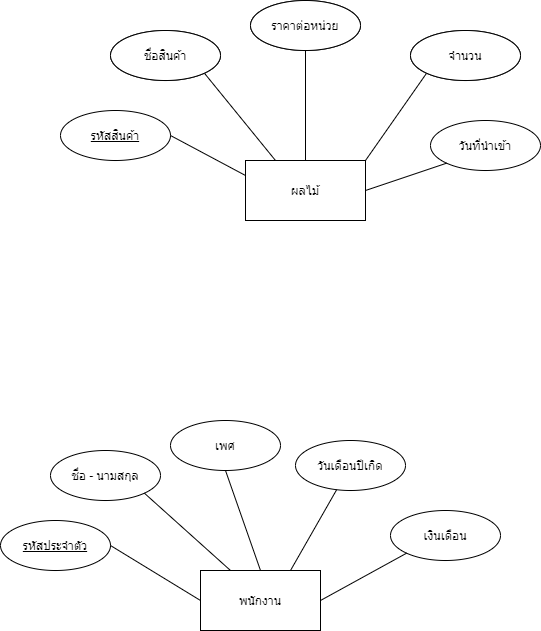
Earlier version of the draw.io export ER-Diagram-Fruit-Stock.drawio.png (billowdev/pos-fruit-stock-window-form-app). Source tidied: cells renumbered, new cells last; positions are measured from the earlier drawing's top-left corner, leaving out a move shared by most shapes.
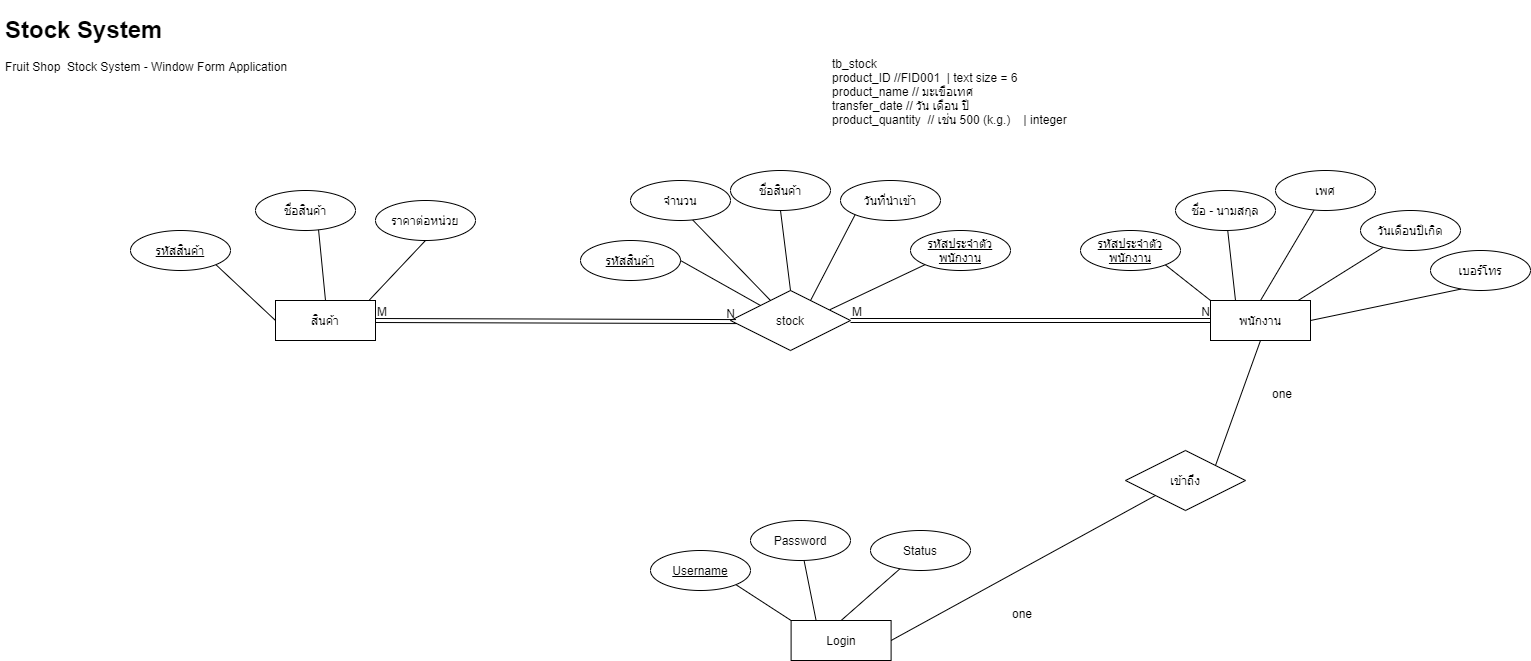
The same file after the commit.

Commit message:
Add Login Entity

The edit, as a diff of the source:
```diff
@@ -2,83 +2,168 @@
   <root>
     <mxCell id="0" />
     <mxCell id="1" parent="0" />
-    <mxCell id="2" value="ผลไม้" style="rounded=0;whiteSpace=wrap;html=1;" parent="1" vertex="1">
-      <mxGeometry x="245" y="160" width="120" height="60" as="geometry" />
-    </mxCell>
-    <mxCell id="3" value="พนักงาน" style="rounded=0;whiteSpace=wrap;html=1;" parent="1" vertex="1">
-      <mxGeometry x="200" y="570" width="120" height="60" as="geometry" />
-    </mxCell>
-    <mxCell id="4" value="ชื่อสินค้า" style="ellipse;whiteSpace=wrap;html=1;" parent="1" vertex="1">
-      <mxGeometry x="110" y="30" width="110" height="50" as="geometry" />
-    </mxCell>
-    <mxCell id="5" value="ราคาต่อหน่วย" style="ellipse;whiteSpace=wrap;html=1;" parent="1" vertex="1">
-      <mxGeometry x="250" width="110" height="50" as="geometry" />
-    </mxCell>
-    <mxCell id="6" value="จำนวน" style="ellipse;whiteSpace=wrap;html=1;" parent="1" vertex="1">
-      <mxGeometry x="410" y="30" width="110" height="50" as="geometry" />
-    </mxCell>
-    <mxCell id="7" value="วันที่นำเข้า" style="ellipse;whiteSpace=wrap;html=1;" parent="1" vertex="1">
-      <mxGeometry x="430" y="120" width="110" height="50" as="geometry" />
-    </mxCell>
-    <mxCell id="8" value="&lt;u&gt;รหัสสินค้า&lt;/u&gt;" style="ellipse;whiteSpace=wrap;html=1;" parent="1" vertex="1">
-      <mxGeometry x="60" y="110" width="110" height="50" as="geometry" />
-    </mxCell>
-    <mxCell id="9" style="endArrow=none;html=1;rounded=0;entryX=0.5;entryY=1;entryDx=0;entryDy=0;exitX=0.5;exitY=0;exitDx=0;exitDy=0;" parent="1" edge="1" source="2" target="5">
+    <mxCell id="9" style="endArrow=none;html=1;rounded=0;entryX=0.5;entryY=1;entryDx=0;entryDy=0;exitX=0.928;exitY=0.017;exitDx=0;exitDy=0;exitPerimeter=0;" parent="1" edge="1" source="51" target="32">
       <mxGeometry relative="1" as="geometry" />
     </mxCell>
-    <mxCell id="10" style="endArrow=none;html=1;rounded=0;entryX=0;entryY=1;entryDx=0;entryDy=0;exitX=1;exitY=0;exitDx=0;exitDy=0;" parent="1" edge="1" source="2" target="6">
-      <mxGeometry relative="1" as="geometry" />
-    </mxCell>
-    <mxCell id="11" style="endArrow=none;html=1;rounded=0;exitX=0.25;exitY=0;exitDx=0;exitDy=0;entryX=1;entryY=1;entryDx=0;entryDy=0;" parent="1" edge="1" source="2" target="4">
+    <mxCell id="11" style="endArrow=none;html=1;rounded=0;exitX=0.5;exitY=0;exitDx=0;exitDy=0;entryX=0.63;entryY=0.97;entryDx=0;entryDy=0;entryPerimeter=0;" parent="1" edge="1" source="51" target="31">
       <mxGeometry relative="1" as="geometry" />
     </mxCell>
-    <mxCell id="12" style="endArrow=none;html=1;rounded=0;exitX=0;exitY=0.25;exitDx=0;exitDy=0;entryX=1;entryY=0.5;entryDx=0;entryDy=0;" parent="1" edge="1" source="2" target="8">
+    <mxCell id="12" style="endArrow=none;html=1;rounded=0;exitX=0;exitY=0.5;exitDx=0;exitDy=0;entryX=1;entryY=1;entryDx=0;entryDy=0;" parent="1" edge="1" source="51" target="30">
       <mxGeometry relative="1" as="geometry" />
     </mxCell>
-    <mxCell id="13" style="endArrow=none;html=1;rounded=0;entryX=0;entryY=1;entryDx=0;entryDy=0;exitX=1;exitY=0.5;exitDx=0;exitDy=0;" parent="1" edge="1" source="2" target="7">
-      <mxGeometry relative="1" as="geometry" />
-    </mxCell>
-    <mxCell id="14" value="&lt;u&gt;รหัสประจำตัว&lt;/u&gt;" style="ellipse;whiteSpace=wrap;html=1;" parent="1" vertex="1">
-      <mxGeometry y="520" width="110" height="50" as="geometry" />
-    </mxCell>
-    <mxCell id="15" style="edgeStyle=orthogonalEdgeStyle;rounded=0;orthogonalLoop=1;jettySize=auto;html=1;exitX=0.5;exitY=1;exitDx=0;exitDy=0;" parent="1" edge="1" source="14" target="14">
-      <mxGeometry relative="1" as="geometry" />
+    <mxCell id="15" style="edgeStyle=orthogonalEdgeStyle;rounded=0;orthogonalLoop=1;jettySize=auto;html=1;exitX=0.5;exitY=1;exitDx=0;exitDy=0;" parent="1" edge="1">
+      <mxGeometry relative="1" as="geometry">
+        <mxPoint x="1095" y="190" as="sourcePoint" />
+        <mxPoint x="1095" y="190" as="targetPoint" />
+      </mxGeometry>
     </mxCell>
-    <mxCell id="16" value="ชื่อสินค้า" style="ellipse;whiteSpace=wrap;html=1;" parent="1" vertex="1">
-      <mxGeometry x="110" y="30" width="110" height="50" as="geometry" />
-    </mxCell>
-    <mxCell id="17" value="ราคาต่อหน่วย" style="ellipse;whiteSpace=wrap;html=1;" parent="1" vertex="1">
-      <mxGeometry x="250" width="110" height="50" as="geometry" />
-    </mxCell>
-    <mxCell id="18" value="จำนวน" style="ellipse;whiteSpace=wrap;html=1;" parent="1" vertex="1">
-      <mxGeometry x="410" y="30" width="110" height="50" as="geometry" />
-    </mxCell>
-    <mxCell id="19" value="ชื่อ - นามสกุล" style="ellipse;whiteSpace=wrap;html=1;" parent="1" vertex="1">
-      <mxGeometry x="50" y="450" width="110" height="50" as="geometry" />
-    </mxCell>
-    <mxCell id="20" value="วันเดือนปีเกิด" style="ellipse;whiteSpace=wrap;html=1;" parent="1" vertex="1">
-      <mxGeometry x="295" y="440" width="110" height="50" as="geometry" />
-    </mxCell>
-    <mxCell id="21" value="เงินเดือน" style="ellipse;whiteSpace=wrap;html=1;" parent="1" vertex="1">
-      <mxGeometry x="390" y="510" width="110" height="50" as="geometry" />
-    </mxCell>
-    <mxCell id="22" style="endArrow=none;html=1;rounded=0;exitX=0.75;exitY=0;exitDx=0;exitDy=0;" parent="1" edge="1" source="3" target="20">
+    <mxCell id="22" style="endArrow=none;html=1;rounded=0;exitX=0.883;exitY=-0.01;exitDx=0;exitDy=0;exitPerimeter=0;" parent="1" edge="1" source="3" target="20">
       <mxGeometry relative="1" as="geometry" />
     </mxCell>
-    <mxCell id="23" style="endArrow=none;html=1;rounded=0;entryX=0;entryY=1;entryDx=0;entryDy=0;exitX=1;exitY=0.5;exitDx=0;exitDy=0;" parent="1" edge="1" source="3" target="21">
+    <mxCell id="23" style="endArrow=none;html=1;rounded=0;entryX=0.306;entryY=0.964;entryDx=0;entryDy=0;exitX=1;exitY=0.5;exitDx=0;exitDy=0;entryPerimeter=0;" parent="1" edge="1" source="3" target="36">
       <mxGeometry relative="1" as="geometry" />
     </mxCell>
-    <mxCell id="24" style="endArrow=none;html=1;rounded=0;exitX=0.25;exitY=0;exitDx=0;exitDy=0;entryX=1;entryY=1;entryDx=0;entryDy=0;" parent="1" edge="1" source="3" target="19">
+    <mxCell id="24" style="endArrow=none;html=1;rounded=0;exitX=0.25;exitY=0;exitDx=0;exitDy=0;" parent="1" edge="1" source="3" target="19">
       <mxGeometry relative="1" as="geometry" />
     </mxCell>
-    <mxCell id="25" value="เพศ" style="ellipse;whiteSpace=wrap;html=1;" parent="1" vertex="1">
-      <mxGeometry x="170" y="420" width="110" height="50" as="geometry" />
-    </mxCell>
-    <mxCell id="26" style="endArrow=none;html=1;rounded=0;entryX=1;entryY=0.5;entryDx=0;entryDy=0;exitX=0;exitY=0.5;exitDx=0;exitDy=0;" parent="1" edge="1" source="3" target="14">
+    <mxCell id="26" style="endArrow=none;html=1;rounded=0;entryX=1;entryY=1;entryDx=0;entryDy=0;exitX=0;exitY=0;exitDx=0;exitDy=0;" parent="1" edge="1" source="3" target="35">
       <mxGeometry relative="1" as="geometry" />
     </mxCell>
-    <mxCell id="27" style="endArrow=none;html=1;rounded=0;exitX=0.5;exitY=0;exitDx=0;exitDy=0;entryX=0.5;entryY=1;entryDx=0;entryDy=0;" parent="1" edge="1" source="3" target="25">
+    <mxCell id="27" style="endArrow=none;html=1;rounded=0;exitX=0.5;exitY=0;exitDx=0;exitDy=0;" parent="1" edge="1" source="3" target="25">
       <mxGeometry relative="1" as="geometry" />
     </mxCell>
+    <mxCell id="28" value="stock" style="shape=rhombus;perimeter=rhombusPerimeter;whiteSpace=wrap;html=1;align=center;" parent="1" vertex="1">
+      <mxGeometry x="660" y="210" width="120" height="60" as="geometry" />
+    </mxCell>
+    <mxCell id="29" value="&lt;u&gt;รหัสสินค้า&lt;/u&gt;" style="ellipse;whiteSpace=wrap;html=1;align=center;fontStyle=4;" parent="1" vertex="1">
+      <mxGeometry x="510" y="160" width="100" height="40" as="geometry" />
+    </mxCell>
+    <mxCell id="30" value="&lt;u&gt;รหัสสินค้า&lt;/u&gt;" style="ellipse;whiteSpace=wrap;html=1;align=center;fontStyle=4;" parent="1" vertex="1">
+      <mxGeometry x="60" y="150" width="100" height="40" as="geometry" />
+    </mxCell>
+    <mxCell id="31" value="ชื่อสินค้า" style="ellipse;whiteSpace=wrap;html=1;align=center;" parent="1" vertex="1">
+      <mxGeometry x="185" y="110" width="100" height="40" as="geometry" />
+    </mxCell>
+    <mxCell id="32" value="ราคาต่อหน่วย" style="ellipse;whiteSpace=wrap;html=1;align=center;" parent="1" vertex="1">
+      <mxGeometry x="305" y="120" width="100" height="40" as="geometry" />
+    </mxCell>
+    <mxCell id="33" value="จำนวน" style="ellipse;whiteSpace=wrap;html=1;align=center;" parent="1" vertex="1">
+      <mxGeometry x="560" y="100" width="100" height="40" as="geometry" />
+    </mxCell>
+    <mxCell id="7" value="วันที่นำเข้า" style="ellipse;whiteSpace=wrap;html=1;align=center;" parent="1" vertex="1">
+      <mxGeometry x="770" y="100" width="100" height="40" as="geometry" />
+    </mxCell>
+    <mxCell id="34" value="tb_stock&#10;&#9;&#9;product_ID&#9;&#9;//FID001  | text size = 6&#10;&#9;&#9;product_name&#9;// มะเขือเทศ    &#10;&#9;&#9;transfer_date&#9;// วัน เดือน ปี&#10;&#9;&#9;product_quantity  // เช่น 500 (k.g.)    | integer" style="text;whiteSpace=wrap;html=1;" parent="1" vertex="1">
+      <mxGeometry x="760" y="-30" width="260" height="80" as="geometry" />
+    </mxCell>
+    <mxCell id="19" value="ชื่อ - นามสกุล" style="ellipse;whiteSpace=wrap;html=1;align=center;" parent="1" vertex="1">
+      <mxGeometry x="1105" y="110" width="100" height="40" as="geometry" />
+    </mxCell>
+    <mxCell id="35" value="&lt;u&gt;รหัสประจำตัวพนักงาน&lt;/u&gt;" style="ellipse;whiteSpace=wrap;html=1;align=center;fontStyle=4;" parent="1" vertex="1">
+      <mxGeometry x="1010" y="150" width="100" height="40" as="geometry" />
+    </mxCell>
+    <mxCell id="25" value="เพศ" style="ellipse;whiteSpace=wrap;html=1;align=center;" parent="1" vertex="1">
+      <mxGeometry x="1205" y="90" width="100" height="40" as="geometry" />
+    </mxCell>
+    <mxCell id="20" value="วันเดือนปีเกิด" style="ellipse;whiteSpace=wrap;html=1;align=center;" parent="1" vertex="1">
+      <mxGeometry x="1290" y="130" width="100" height="40" as="geometry" />
+    </mxCell>
+    <mxCell id="36" value="เบอร์โทร" style="ellipse;whiteSpace=wrap;html=1;align=center;" parent="1" vertex="1">
+      <mxGeometry x="1360" y="170" width="100" height="40" as="geometry" />
+    </mxCell>
+    <mxCell id="37" value="ชื่อสินค้า" style="ellipse;whiteSpace=wrap;html=1;align=center;" parent="1" vertex="1">
+      <mxGeometry x="660" y="90" width="100" height="40" as="geometry" />
+    </mxCell>
+    <mxCell id="38" style="endArrow=none;html=1;rounded=0;entryX=0.623;entryY=0.989;entryDx=0;entryDy=0;entryPerimeter=0;" parent="1" edge="1" target="33">
+      <mxGeometry relative="1" as="geometry">
+        <mxPoint x="700" y="220" as="sourcePoint" />
+      </mxGeometry>
+    </mxCell>
+    <mxCell id="39" style="endArrow=none;html=1;rounded=0;entryX=1;entryY=0.5;entryDx=0;entryDy=0;exitX=0;exitY=0;exitDx=0;exitDy=0;" parent="1" edge="1" source="28" target="29">
+      <mxGeometry relative="1" as="geometry" />
+    </mxCell>
+    <mxCell id="40" style="endArrow=none;html=1;rounded=0;entryX=0.5;entryY=1;entryDx=0;entryDy=0;exitX=0.5;exitY=0;exitDx=0;exitDy=0;" parent="1" edge="1" source="28" target="37">
+      <mxGeometry relative="1" as="geometry" />
+    </mxCell>
+    <mxCell id="41" style="endArrow=none;html=1;rounded=0;entryX=0;entryY=1;entryDx=0;entryDy=0;exitX=0.667;exitY=0.167;exitDx=0;exitDy=0;exitPerimeter=0;" parent="1" edge="1" source="28" target="7">
+      <mxGeometry relative="1" as="geometry" />
+    </mxCell>
+    <mxCell id="42" value="&lt;h1&gt;Stock System&amp;nbsp;&lt;/h1&gt;&lt;p&gt;Fruit Shop&amp;nbsp; Stock System -&amp;nbsp;&lt;span&gt;Window Form Application&lt;/span&gt;&lt;/p&gt;" style="text;html=1;strokeColor=none;fillColor=none;spacing=5;spacingTop=-20;whiteSpace=wrap;overflow=hidden;rounded=0;" parent="1" vertex="1">
+      <mxGeometry x="-70" y="-70" width="390" height="80" as="geometry" />
+    </mxCell>
+    <mxCell id="43" style="shape=link;html=1;rounded=0;entryX=0.046;entryY=0.518;entryDx=0;entryDy=0;entryPerimeter=0;exitX=1;exitY=0.5;exitDx=0;exitDy=0;" parent="1" edge="1" target="28">
+      <mxGeometry relative="1" as="geometry">
+        <mxPoint x="305" y="240" as="sourcePoint" />
+      </mxGeometry>
+    </mxCell>
+    <mxCell id="44" value="M" style="html=1;align=left;verticalAlign=bottom;" parent="43" vertex="1">
+      <mxGeometry x="-1" relative="1" as="geometry" />
+    </mxCell>
+    <mxCell id="45" value="N" style="html=1;align=right;verticalAlign=bottom;" parent="43" vertex="1">
+      <mxGeometry x="1" relative="1" as="geometry" />
+    </mxCell>
+    <mxCell id="46" style="shape=link;html=1;rounded=0;exitX=1;exitY=0.5;exitDx=0;exitDy=0;entryX=0;entryY=0.5;entryDx=0;entryDy=0;" parent="1" edge="1" source="28" target="3">
+      <mxGeometry relative="1" as="geometry" />
+    </mxCell>
+    <mxCell id="47" value="M" style="html=1;align=left;verticalAlign=bottom;" parent="46" vertex="1">
+      <mxGeometry x="-1" relative="1" as="geometry" />
+    </mxCell>
+    <mxCell id="48" value="N" style="html=1;align=right;verticalAlign=bottom;" parent="46" vertex="1">
+      <mxGeometry x="1" relative="1" as="geometry" />
+    </mxCell>
+    <mxCell id="49" value="&lt;u&gt;รหัสประจำตัวพนักงาน&lt;/u&gt;" style="ellipse;whiteSpace=wrap;html=1;align=center;fontStyle=4;" parent="1" vertex="1">
+      <mxGeometry x="840" y="150" width="100" height="40" as="geometry" />
+    </mxCell>
+    <mxCell id="50" style="endArrow=none;html=1;rounded=0;entryX=0;entryY=1;entryDx=0;entryDy=0;exitX=0.827;exitY=0.321;exitDx=0;exitDy=0;exitPerimeter=0;" parent="1" edge="1" source="28" target="49">
+      <mxGeometry relative="1" as="geometry" />
+    </mxCell>
+    <mxCell id="51" value="สินค้า" style="whiteSpace=wrap;html=1;align=center;" parent="1" vertex="1">
+      <mxGeometry x="205" y="220" width="100" height="40" as="geometry" />
+    </mxCell>
+    <mxCell id="3" value="พนักงาน" style="whiteSpace=wrap;html=1;align=center;" parent="1" vertex="1">
+      <mxGeometry x="1140" y="220" width="100" height="40" as="geometry" />
+    </mxCell>
+    <mxCell id="52" style="edgeStyle=orthogonalEdgeStyle;rounded=0;orthogonalLoop=1;jettySize=auto;html=1;exitX=0.5;exitY=1;exitDx=0;exitDy=0;" parent="1" edge="1">
+      <mxGeometry relative="1" as="geometry">
+        <mxPoint x="665" y="500" as="sourcePoint" />
+        <mxPoint x="665" y="500" as="targetPoint" />
+      </mxGeometry>
+    </mxCell>
+    <mxCell id="53" style="endArrow=none;html=1;rounded=0;exitX=0.25;exitY=0;exitDx=0;exitDy=0;" parent="1" edge="1" source="59" target="56">
+      <mxGeometry relative="1" as="geometry" />
+    </mxCell>
+    <mxCell id="54" style="endArrow=none;html=1;rounded=0;entryX=1;entryY=1;entryDx=0;entryDy=0;exitX=0;exitY=0;exitDx=0;exitDy=0;" parent="1" edge="1" source="59" target="57">
+      <mxGeometry relative="1" as="geometry" />
+    </mxCell>
+    <mxCell id="55" style="endArrow=none;html=1;rounded=0;exitX=0.5;exitY=0;exitDx=0;exitDy=0;" parent="1" edge="1" source="59" target="58">
+      <mxGeometry relative="1" as="geometry" />
+    </mxCell>
+    <mxCell id="56" value="Password" style="ellipse;whiteSpace=wrap;html=1;align=center;" parent="1" vertex="1">
+      <mxGeometry x="680" y="440" width="100" height="40" as="geometry" />
+    </mxCell>
+    <mxCell id="57" value="Username" style="ellipse;whiteSpace=wrap;html=1;align=center;fontStyle=4;" parent="1" vertex="1">
+      <mxGeometry x="580" y="470" width="100" height="40" as="geometry" />
+    </mxCell>
+    <mxCell id="58" value="Status" style="ellipse;whiteSpace=wrap;html=1;align=center;" parent="1" vertex="1">
+      <mxGeometry x="800" y="450" width="100" height="40" as="geometry" />
+    </mxCell>
+    <mxCell id="59" value="Login" style="whiteSpace=wrap;html=1;align=center;" parent="1" vertex="1">
+      <mxGeometry x="720.6" y="540" width="100" height="40" as="geometry" />
+    </mxCell>
+    <mxCell id="60" value="เข้าถึง" style="shape=rhombus;perimeter=rhombusPerimeter;whiteSpace=wrap;html=1;align=center;" parent="1" vertex="1">
+      <mxGeometry x="1055" y="370" width="120" height="60" as="geometry" />
+    </mxCell>
+    <mxCell id="61" style="endArrow=none;html=1;rounded=0;entryX=0.5;entryY=1;entryDx=0;entryDy=0;exitX=1;exitY=0;exitDx=0;exitDy=0;" parent="1" edge="1" source="60" target="3">
+      <mxGeometry relative="1" as="geometry" />
+    </mxCell>
+    <mxCell id="62" style="endArrow=none;html=1;rounded=0;entryX=1;entryY=0.5;entryDx=0;entryDy=0;exitX=0;exitY=1;exitDx=0;exitDy=0;" parent="1" edge="1" source="60" target="59">
+      <mxGeometry relative="1" as="geometry" />
+    </mxCell>
+    <mxCell id="63" value="one" style="text;whiteSpace=wrap;html=1;" parent="1" vertex="1">
+      <mxGeometry x="940" y="520" width="40" height="30" as="geometry" />
+    </mxCell>
+    <mxCell id="64" value="one" style="text;whiteSpace=wrap;html=1;" parent="1" vertex="1">
+      <mxGeometry x="1200" y="300" width="40" height="30" as="geometry" />
+    </mxCell>
   </root>
 </mxGraphModel>
```
